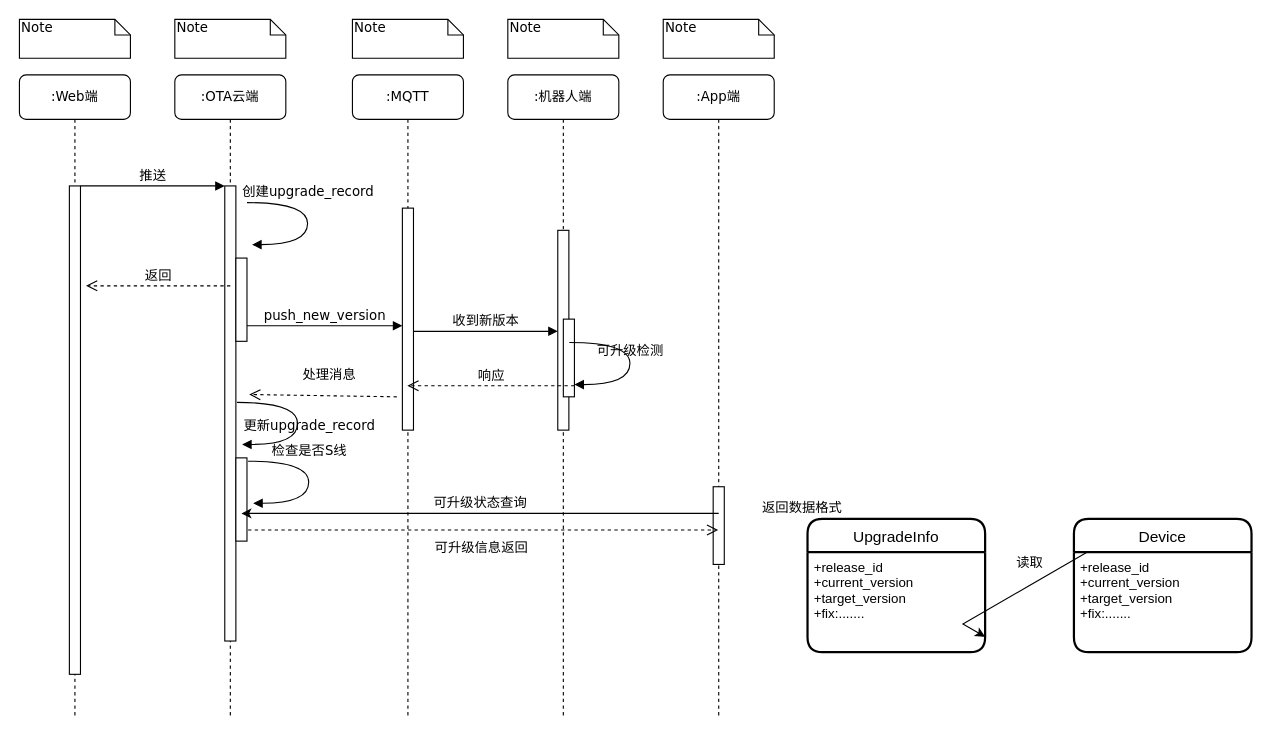
Above: craft/push_flow.drawio in feihu618/drawio (draw.io), before the change. Source tidied: cells renumbered, new cells numbered last; positions are measured from the earlier drawing's top-left corner, leaving out a move shared by most shapes. Both pictures are drawn from the tidied source at 111%, with x=0, y=0 at pixel (19, 19).
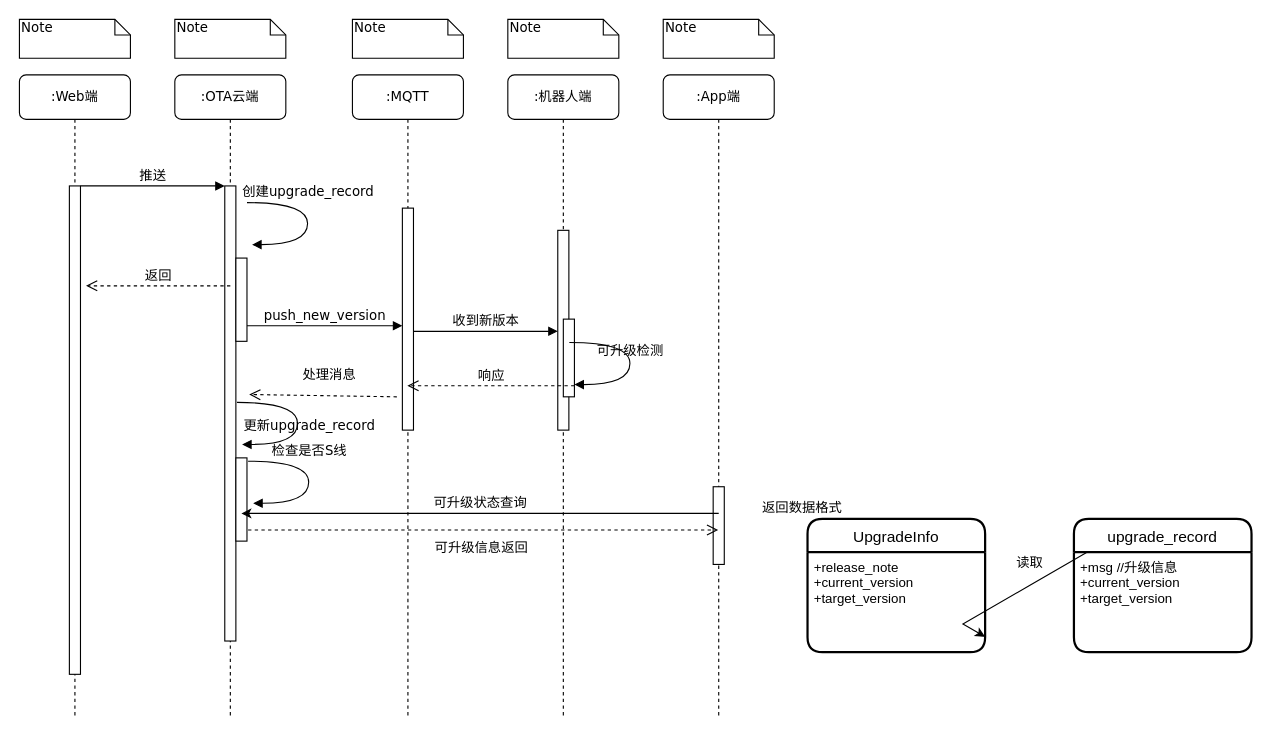
The same diagram, later.

Unchanged cells that the change refers to:
```xml
<mxCell id="35" value="UpgradeInfo" style="swimlane;horizontal=1;startSize=30;rounded=1;fontSize=14;fontStyle=0;strokeWidth=2;shadow=0;dashed=0;align=center;" parent="1" vertex="1">
  <mxGeometry x="710" y="450" width="160" height="120" as="geometry" />
</mxCell>
```

Change to the diagram source:
```diff
@@
-    <mxCell id="36" value="+release_id&#10;+current_version&#10;+target_version&#10;+fix:......." style="align=left;strokeColor=none;fillColor=none;spacingLeft=4;fontSize=12;verticalAlign=top;" parent="35" vertex="1">
+    <mxCell id="36" value="+release_note&#10;+current_version&#10;+target_version" style="align=left;strokeColor=none;fillColor=none;spacingLeft=4;fontSize=12;verticalAlign=top;" parent="35" vertex="1">
       <mxGeometry y="30" width="160" height="90" as="geometry" />
     </mxCell>
-    <mxCell id="37" value="Device" style="swimlane;horizontal=1;startSize=30;rounded=1;fontSize=14;fontStyle=0;strokeWidth=2;shadow=0;dashed=0;align=center;" parent="1" vertex="1">
+    <mxCell id="37" value="upgrade_record" style="swimlane;horizontal=1;startSize=30;rounded=1;fontSize=14;fontStyle=0;strokeWidth=2;shadow=0;dashed=0;align=center;" parent="1" vertex="1">
       <mxGeometry x="950" y="450" width="160" height="120" as="geometry" />
     </mxCell>
-    <mxCell id="38" value="+release_id&#10;+current_version&#10;+target_version&#10;+fix:......." style="align=left;strokeColor=none;fillColor=none;spacingLeft=4;fontSize=12;verticalAlign=top;" parent="37" vertex="1">
+    <mxCell id="38" value="+msg //升级信息&#10;+current_version&#10;+target_version&#10;" style="align=left;strokeColor=none;fillColor=none;spacingLeft=4;fontSize=12;verticalAlign=top;" parent="37" vertex="1">
       <mxGeometry y="30" width="160" height="90" as="geometry" />
     </mxCell>
```
